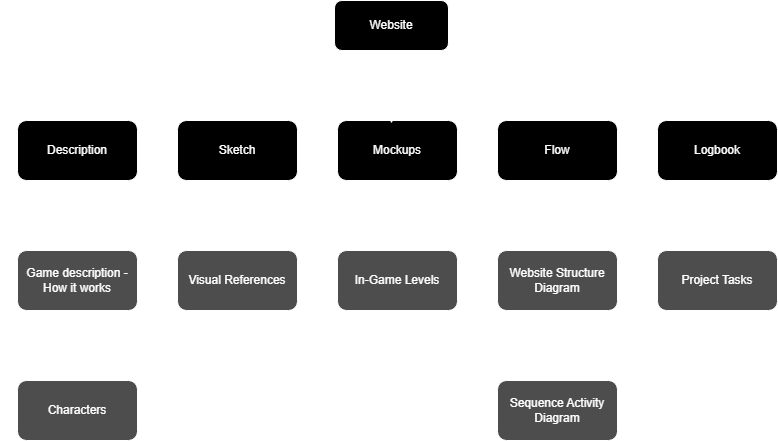
Davidd-frn/SuperRijoda keeps this draw.io diagram as ressources/images/flow/StructuralWebsite.png. Above is the earlier version. Source tidied: cells renumbered, new cells last; positions are measured from the earlier drawing's top-left corner, leaving out a move shared by most shapes.
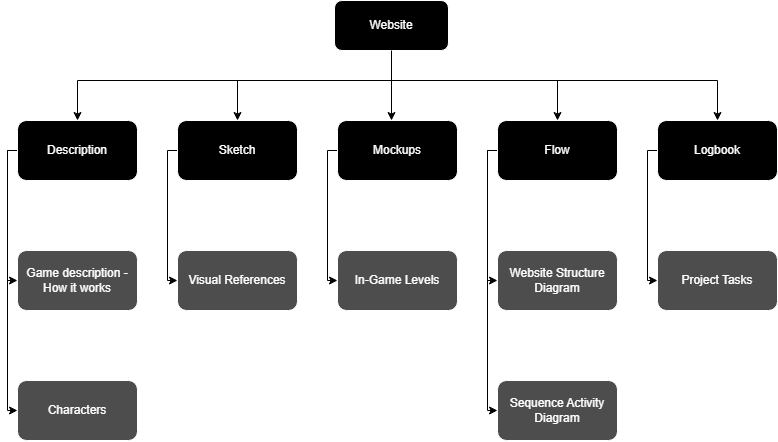
Later version of the same file.

What changed in the source:
```diff
@@ -2,7 +2,7 @@
   <root>
     <mxCell id="0" />
     <mxCell id="1" parent="0" />
-    <mxCell id="2" style="edgeStyle=orthogonalEdgeStyle;rounded=0;jettySize=auto;html=1;" parent="1" edge="1" source="6" target="9">
+    <mxCell id="2" style="edgeStyle=orthogonalEdgeStyle;rounded=0;jettySize=auto;html=1;strokeColor=light-dark(#000000,#000000);" parent="1" edge="1" source="6" target="9">
       <mxGeometry relative="1" as="geometry">
         <Array as="points">
           <mxPoint x="384" y="80" />
@@ -10,7 +10,7 @@
         </Array>
       </mxGeometry>
     </mxCell>
-    <mxCell id="3" style="edgeStyle=orthogonalEdgeStyle;rounded=0;jettySize=auto;html=1;" parent="1" edge="1" source="6" target="11">
+    <mxCell id="3" style="edgeStyle=orthogonalEdgeStyle;rounded=0;jettySize=auto;html=1;strokeColor=light-dark(#000000,#000000);" parent="1" edge="1" source="6" target="11">
       <mxGeometry relative="1" as="geometry">
         <Array as="points">
           <mxPoint x="384" y="80" />
@@ -18,7 +18,7 @@
         </Array>
       </mxGeometry>
     </mxCell>
-    <mxCell id="4" style="edgeStyle=orthogonalEdgeStyle;rounded=0;jettySize=auto;html=1;" parent="1" edge="1" source="6" target="16">
+    <mxCell id="4" style="edgeStyle=orthogonalEdgeStyle;rounded=0;jettySize=auto;html=1;strokeColor=light-dark(#000000,#000000);" parent="1" edge="1" source="6" target="16">
       <mxGeometry relative="1" as="geometry">
         <Array as="points">
           <mxPoint x="384" y="80" />
@@ -26,7 +26,7 @@
         </Array>
       </mxGeometry>
     </mxCell>
-    <mxCell id="5" style="edgeStyle=orthogonalEdgeStyle;rounded=0;jettySize=auto;html=1;" parent="1" edge="1" source="6" target="18">
+    <mxCell id="5" style="edgeStyle=orthogonalEdgeStyle;rounded=0;jettySize=auto;html=1;strokeColor=light-dark(#000000,#000000);" parent="1" edge="1" source="6" target="18">
       <mxGeometry relative="1" as="geometry">
         <Array as="points">
           <mxPoint x="384" y="80" />
@@ -37,7 +37,7 @@
     <mxCell id="6" value="Website" style="rounded=1;whiteSpace=wrap;html=1;fillColor=light-dark(#FFFFFF,#000000);" parent="1" vertex="1">
       <mxGeometry x="327" width="114" height="50" as="geometry" />
     </mxCell>
-    <mxCell id="7" style="edgeStyle=orthogonalEdgeStyle;rounded=0;jettySize=auto;html=1;" parent="1" edge="1" source="9" target="24">
+    <mxCell id="7" style="edgeStyle=orthogonalEdgeStyle;rounded=0;jettySize=auto;html=1;strokeColor=light-dark(#000000,#000000);" parent="1" edge="1" source="9" target="24">
       <mxGeometry relative="1" as="geometry">
         <Array as="points">
           <mxPoint y="150" />
@@ -45,7 +45,7 @@
         </Array>
       </mxGeometry>
     </mxCell>
-    <mxCell id="8" style="edgeStyle=orthogonalEdgeStyle;rounded=0;jettySize=auto;html=1;" parent="1" edge="1" source="9" target="25">
+    <mxCell id="8" style="edgeStyle=orthogonalEdgeStyle;rounded=0;jettySize=auto;html=1;strokeColor=light-dark(#000000,#000000);" parent="1" edge="1" source="9" target="25">
       <mxGeometry relative="1" as="geometry">
         <Array as="points">
           <mxPoint y="150" />
@@ -56,29 +56,29 @@
     <mxCell id="9" value="Description" style="rounded=1;whiteSpace=wrap;html=1;fillColor=light-dark(#FFFFFF,#000000);" parent="1" vertex="1">
       <mxGeometry x="10" y="120" width="120" height="60" as="geometry" />
     </mxCell>
-    <mxCell id="10" style="edgeStyle=orthogonalEdgeStyle;rounded=0;jettySize=auto;html=1;" parent="1" edge="1" source="11" target="20">
+    <mxCell id="10" style="edgeStyle=orthogonalEdgeStyle;rounded=0;jettySize=auto;html=1;strokeColor=light-dark(#000000,#000000);entryX=0;entryY=0.5;entryDx=0;entryDy=0;" parent="1" edge="1" source="11" target="20">
       <mxGeometry relative="1" as="geometry">
         <Array as="points">
-          <mxPoint x="150" y="150" />
-          <mxPoint x="150" y="270" />
+          <mxPoint x="160" y="150" />
+          <mxPoint x="160" y="280" />
         </Array>
       </mxGeometry>
     </mxCell>
     <mxCell id="11" value="Sketch" style="rounded=1;whiteSpace=wrap;html=1;fillColor=light-dark(#FFFFFF,#000000);" parent="1" vertex="1">
       <mxGeometry x="170" y="120" width="120" height="60" as="geometry" />
     </mxCell>
-    <mxCell id="12" style="edgeStyle=orthogonalEdgeStyle;rounded=0;jettySize=auto;html=1;" parent="1" edge="1" source="13" target="21">
+    <mxCell id="12" style="edgeStyle=orthogonalEdgeStyle;rounded=0;jettySize=auto;html=1;strokeColor=light-dark(#000000,#000000);entryX=0;entryY=0.5;entryDx=0;entryDy=0;" parent="1" edge="1" source="13" target="21">
       <mxGeometry relative="1" as="geometry">
         <Array as="points">
           <mxPoint x="320" y="150" />
-          <mxPoint x="320" y="270" />
+          <mxPoint x="320" y="280" />
         </Array>
       </mxGeometry>
     </mxCell>
     <mxCell id="13" value="Mockups" style="rounded=1;whiteSpace=wrap;html=1;fillColor=light-dark(#FFFFFF,#000000);" parent="1" vertex="1">
       <mxGeometry x="330" y="120" width="120" height="60" as="geometry" />
     </mxCell>
-    <mxCell id="14" style="edgeStyle=orthogonalEdgeStyle;rounded=0;jettySize=auto;html=1;" parent="1" edge="1" source="16" target="22">
+    <mxCell id="14" style="edgeStyle=orthogonalEdgeStyle;rounded=0;jettySize=auto;html=1;strokeColor=light-dark(#000000,#000000);" parent="1" edge="1" source="16" target="22">
       <mxGeometry relative="1" as="geometry">
         <Array as="points">
           <mxPoint x="480" y="150" />
@@ -86,7 +86,7 @@
         </Array>
       </mxGeometry>
     </mxCell>
-    <mxCell id="15" style="edgeStyle=orthogonalEdgeStyle;rounded=0;jettySize=auto;html=1;" parent="1" edge="1" source="16" target="23">
+    <mxCell id="15" style="edgeStyle=orthogonalEdgeStyle;rounded=0;jettySize=auto;html=1;strokeColor=light-dark(#000000,#000000);" parent="1" edge="1" source="16" target="23">
       <mxGeometry relative="1" as="geometry">
         <Array as="points">
           <mxPoint x="480" y="150" />
@@ -97,7 +97,7 @@
     <mxCell id="16" value="Flow" style="rounded=1;whiteSpace=wrap;html=1;fillColor=light-dark(#FFFFFF,#000000);" parent="1" vertex="1">
       <mxGeometry x="490" y="120" width="120" height="60" as="geometry" />
     </mxCell>
-    <mxCell id="17" style="edgeStyle=orthogonalEdgeStyle;rounded=0;jettySize=auto;html=1;entryX=0;entryY=0.5;entryDx=0;entryDy=0;" parent="1" edge="1" source="18" target="26">
+    <mxCell id="17" style="edgeStyle=orthogonalEdgeStyle;rounded=0;jettySize=auto;html=1;entryX=0;entryY=0.5;entryDx=0;entryDy=0;strokeColor=light-dark(#000000,#000000);" parent="1" edge="1" source="18" target="26">
       <mxGeometry relative="1" as="geometry">
         <Array as="points">
           <mxPoint x="640" y="150" />
@@ -108,8 +108,13 @@
     <mxCell id="18" value="Logbook" style="rounded=1;whiteSpace=wrap;html=1;fillColor=light-dark(#FFFFFF,#000000);" parent="1" vertex="1">
       <mxGeometry x="650" y="120" width="120" height="60" as="geometry" />
     </mxCell>
-    <mxCell id="19" style="edgeStyle=orthogonalEdgeStyle;rounded=0;jettySize=auto;html=1;entryX=0.45;entryY=0.05;entryDx=0;entryDy=0;entryPerimeter=0;" parent="1" edge="1" source="6" target="13">
-      <mxGeometry relative="1" as="geometry" />
+    <mxCell id="19" style="edgeStyle=orthogonalEdgeStyle;rounded=0;jettySize=auto;html=1;strokeColor=light-dark(#000000,#000000);entryX=0.45;entryY=0;entryDx=0;entryDy=0;entryPerimeter=0;" parent="1" edge="1" source="6" target="13">
+      <mxGeometry relative="1" as="geometry">
+        <Array as="points">
+          <mxPoint x="384" y="70" />
+          <mxPoint x="384" y="70" />
+        </Array>
+      </mxGeometry>
     </mxCell>
     <mxCell id="20" value="Visual References" style="rounded=1;whiteSpace=wrap;html=1;fillColor=light-dark(#FFFFFF,#4D4D4D);" parent="1" vertex="1">
       <mxGeometry x="170" y="250" width="120" height="60" as="geometry" />
```
